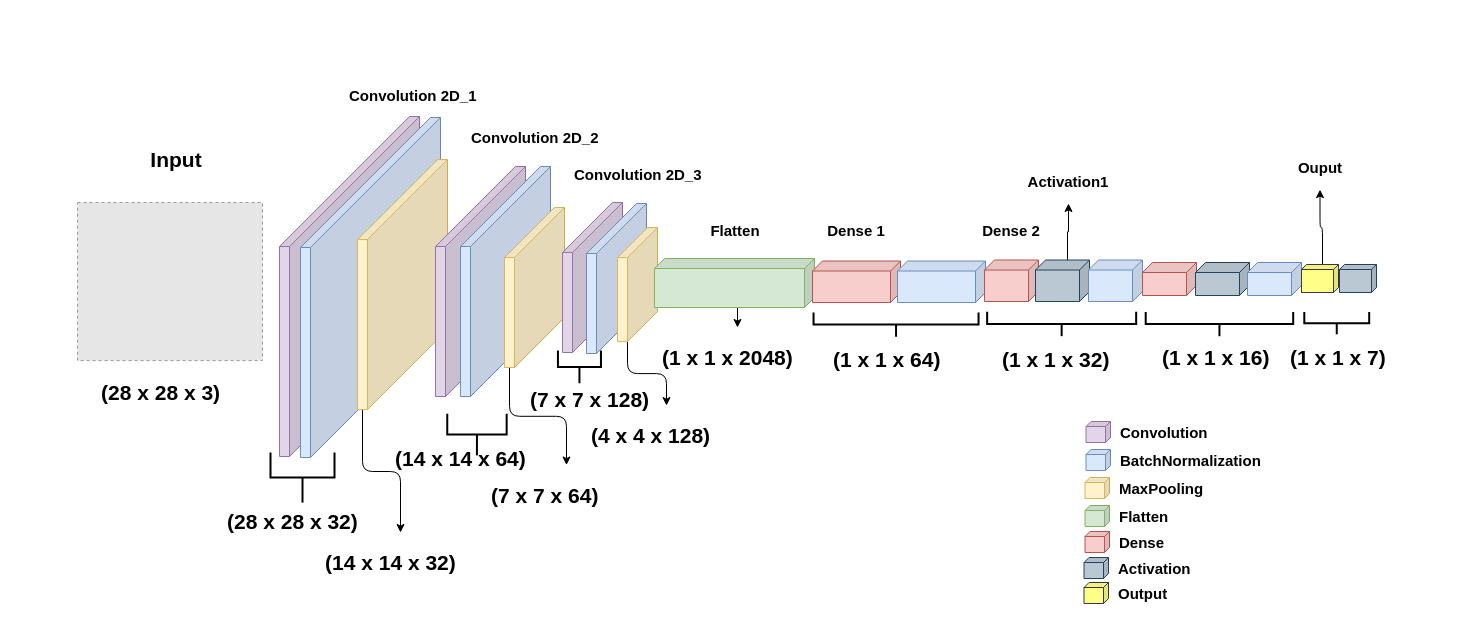
The draw.io diagram TRNet.drawio in ZiaUrRehman-bit/Implementation-of-Machine-Learning-Algorithm, before the edit. Source tidied: cells renumbered, new cells numbered last; positions are measured from the earlier drawing's top-left corner, leaving out a move shared by most shapes. Both pictures are drawn from the tidied source at 100%, with x=0, y=0 at pixel (77, 87). Pictures stored in the file or linked from it are replaced by grey dashed boxes.
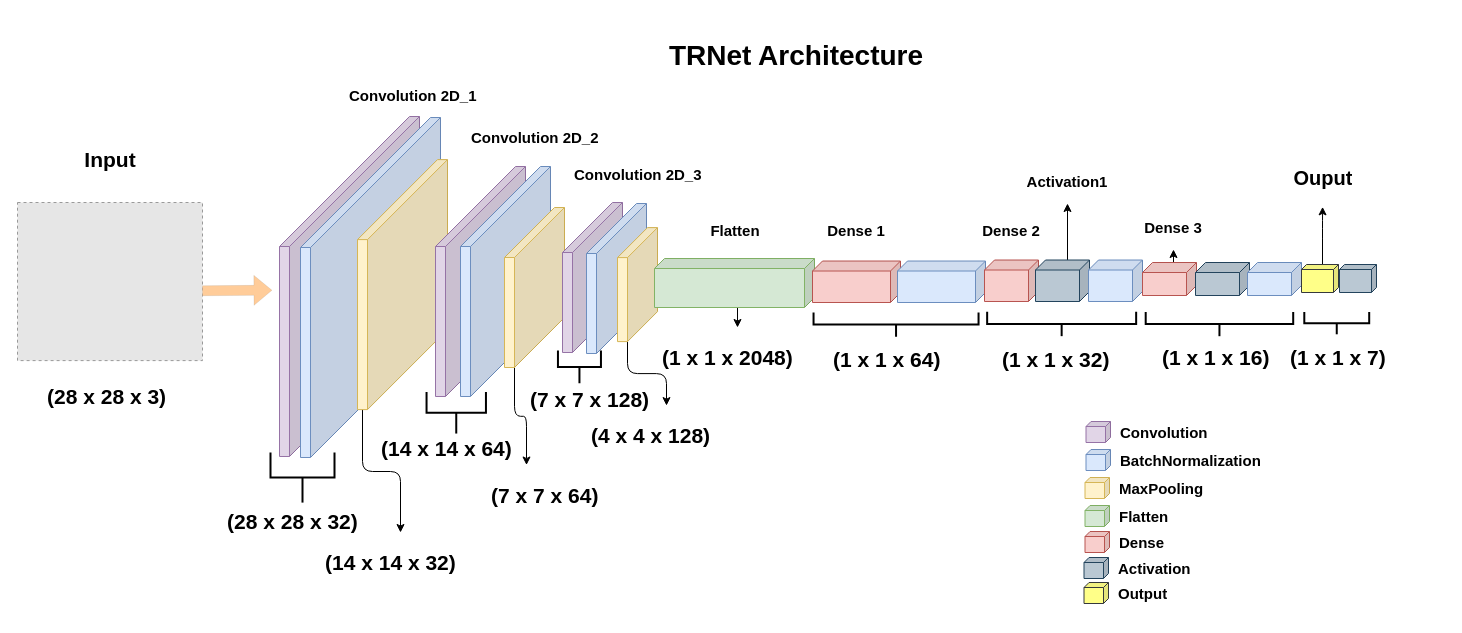
Above is the later version.

Unchanged cells that the change refers to:
```xml
<mxCell id="2" style="shape=cube;whiteSpace=wrap;html=1;boundedLbl=1;backgroundOutline=1;darkOpacity=0.05;darkOpacity2=0.1;flipH=1;size=130;fillColor=#e1d5e7;strokeColor=#9673a6;fontSize=13;" parent="1" vertex="1">
  <mxGeometry x="202" y="29" width="140" height="340" as="geometry" />
</mxCell>
<mxCell id="10" style="shape=cube;whiteSpace=wrap;html=1;boundedLbl=1;backgroundOutline=1;darkOpacity=0.05;darkOpacity2=0.1;flipH=1;size=50;fillColor=#fff2cc;strokeColor=#d6b656;fontSize=13;" parent="1" vertex="1">
  <mxGeometry x="427" y="120" width="60" height="160" as="geometry" />
</mxCell>
<mxCell id="23" style="shape=cube;whiteSpace=wrap;html=1;boundedLbl=1;backgroundOutline=1;darkOpacity=0.05;darkOpacity2=0.1;flipH=1;size=10;fillColor=#f8cecc;strokeColor=#b85450;fontSize=13;" parent="1" vertex="1">
  <mxGeometry x="1065" y="175" width="54" height="33" as="geometry" />
</mxCell>
<mxCell id="27" style="shape=cube;whiteSpace=wrap;html=1;boundedLbl=1;backgroundOutline=1;darkOpacity=0.05;darkOpacity2=0.1;flipH=1;size=5;fillColor=#ffff88;strokeColor=#36393d;fontSize=13;" parent="1" vertex="1">
  <mxGeometry x="1224" y="177" width="37" height="28" as="geometry" />
</mxCell>
<mxCell id="50" value="&lt;h1 style=&quot;&quot;&gt;&lt;font style=&quot;font-size: 21px;&quot;&gt;(7 x 7 x 64)&lt;/font&gt;&lt;/h1&gt;" style="text;html=1;strokeColor=none;fillColor=none;spacing=5;spacingTop=-20;whiteSpace=wrap;overflow=hidden;rounded=0;fontSize=15;fontStyle=1;" parent="1" vertex="1">
  <mxGeometry x="409" y="377.5" width="160" height="52" as="geometry" />
</mxCell>
```

What changed in the source:
```diff
@@
     <mxCell id="8" style="fillColor=#E6E6E6;strokeColor=#999999;dashed=1;verticalLabelPosition=bottom;verticalAlign=top;fontSize=13;" parent="1" vertex="1">
-      <mxGeometry y="115" width="185" height="158.1" as="geometry" />
+      <mxGeometry x="-60" y="115" width="185" height="158.1" as="geometry" />
     </mxCell>
-    <mxCell id="9" style="edgeStyle=orthogonalEdgeStyle;rounded=1;jettySize=auto;html=1;exitX=0;exitY=0;exitDx=55;exitDy=160;exitPerimeter=0;" parent="1" edge="1" source="10" target="50">
+    <mxCell id="9" style="edgeStyle=orthogonalEdgeStyle;rounded=1;jettySize=auto;html=1;exitX=0;exitY=0;exitDx=50;exitDy=160;exitPerimeter=0;entryX=0.25;entryY=0;entryDx=0;entryDy=0;" parent="1" edge="1" source="10" target="50">
       <mxGeometry relative="1" as="geometry" />
     </mxCell>
@@
+    <mxCell id="71" style="edgeStyle=orthogonalEdgeStyle;rounded=0;jettySize=auto;html=1;exitX=0;exitY=0;exitDx=22;exitDy=0;exitPerimeter=0;entryX=0.5;entryY=1;entryDx=0;entryDy=0;" parent="1" edge="1" source="23" target="73">
+      <mxGeometry relative="1" as="geometry" />
+    </mxCell>
@@
-    <mxCell id="26" style="edgeStyle=orthogonalEdgeStyle;rounded=1;jettySize=auto;html=1;exitX=0;exitY=0;exitDx=16;exitDy=0;exitPerimeter=0;entryX=0.5;entryY=1;entryDx=0;entryDy=0;" parent="1" edge="1" source="27" target="70">
+    <mxCell id="26" style="edgeStyle=orthogonalEdgeStyle;rounded=1;jettySize=auto;html=1;exitX=0;exitY=0;exitDx=16;exitDy=0;exitPerimeter=0;entryX=0.497;entryY=1.346;entryDx=0;entryDy=0;entryPerimeter=0;" parent="1" edge="1" source="27" target="70">
       <mxGeometry relative="1" as="geometry" />
     </mxCell>
@@
     <mxCell id="51" value="&lt;h1 style=&quot;&quot;&gt;&lt;font style=&quot;font-size: 21px;&quot;&gt;(14 x 14 x 64)&lt;/font&gt;&lt;/h1&gt;" style="text;html=1;strokeColor=none;fillColor=none;spacing=5;spacingTop=-20;whiteSpace=wrap;overflow=hidden;rounded=0;fontSize=15;fontStyle=1;" parent="1" vertex="1">
-      <mxGeometry x="313" y="341" width="160" height="52" as="geometry" />
+      <mxGeometry x="298.8" y="331" width="160" height="52" as="geometry" />
     </mxCell>
@@
     <mxCell id="56" style="strokeWidth=2;html=1;shape=mxgraph.flowchart.annotation_2;align=left;labelPosition=right;rotation=-90;" parent="1" vertex="1">
-      <mxGeometry x="378.7" y="317.4" width="41.5" height="59.4" as="geometry" />
+      <mxGeometry x="358" y="295.6" width="41.5" height="59.4" as="geometry" />
     </mxCell>
@@
     <mxCell id="64" value="&lt;h1 style=&quot;&quot;&gt;&lt;font style=&quot;font-size: 21px;&quot;&gt;(28 x 28 x 3)&lt;/font&gt;&lt;/h1&gt;" style="text;html=1;strokeColor=none;fillColor=none;spacing=5;spacingTop=-20;whiteSpace=wrap;overflow=hidden;rounded=0;fontSize=15;fontStyle=1;" parent="1" vertex="1">
-      <mxGeometry x="18.5" y="275.1" width="160" height="52" as="geometry" />
+      <mxGeometry x="-35" y="279" width="160" height="52" as="geometry" />
     </mxCell>
     <mxCell id="65" value="&lt;h1 style=&quot;&quot;&gt;&lt;font style=&quot;font-size: 21px;&quot;&gt;Input&lt;/font&gt;&lt;/h1&gt;" style="text;html=1;strokeColor=none;fillColor=none;spacing=5;spacingTop=-20;whiteSpace=wrap;overflow=hidden;rounded=0;fontSize=15;fontStyle=1;align=center;" parent="1" vertex="1">
-      <mxGeometry x="18.5" y="42.1" width="160" height="52" as="geometry" />
+      <mxGeometry x="-47.5" y="42.1" width="160" height="52" as="geometry" />
     </mxCell>
@@
     <mxCell id="69" value="&lt;h1 style=&quot;font-size: 15px;&quot;&gt;&lt;span style=&quot;font-size: 15px;&quot;&gt;Activation1&lt;/span&gt;&lt;/h1&gt;" style="text;html=1;strokeColor=none;fillColor=none;spacing=5;spacingTop=-20;whiteSpace=wrap;overflow=hidden;rounded=0;fontSize=15;align=center;" parent="1" vertex="1">
-      <mxGeometry x="923" y="86" width="136" height="30" as="geometry" />
+      <mxGeometry x="922" y="86" width="136" height="30" as="geometry" />
     </mxCell>
-    <mxCell id="70" value="&lt;h1 style=&quot;font-size: 15px;&quot;&gt;&lt;span style=&quot;font-size: 15px;&quot;&gt;Ouput&lt;/span&gt;&lt;/h1&gt;" style="text;html=1;strokeColor=none;fillColor=none;spacing=5;spacingTop=-20;whiteSpace=wrap;overflow=hidden;rounded=0;fontSize=15;align=center;" parent="1" vertex="1">
-      <mxGeometry x="1174.5" y="72.1" width="136" height="30" as="geometry" />
+    <mxCell id="70" value="&lt;h1 style=&quot;&quot;&gt;&lt;font style=&quot;font-size: 20px;&quot;&gt;Ouput&lt;/font&gt;&lt;/h1&gt;" style="text;html=1;strokeColor=none;fillColor=none;spacing=5;spacingTop=-20;whiteSpace=wrap;overflow=hidden;rounded=0;fontSize=15;align=center;" parent="1" vertex="1">
+      <mxGeometry x="1177.5" y="60" width="136" height="44.1" as="geometry" />
     </mxCell>
+    <mxCell id="72" value="&lt;h1 style=&quot;&quot;&gt;&lt;font style=&quot;font-size: 28px;&quot;&gt;TRNet Architecture&lt;/font&gt;&lt;/h1&gt;" style="text;html=1;strokeColor=none;fillColor=none;spacing=5;spacingTop=-20;whiteSpace=wrap;overflow=hidden;rounded=0;fontSize=15;fontStyle=1;align=center;" parent="1" vertex="1">
+      <mxGeometry x="569" y="-60" width="300" height="52" as="geometry" />
+    </mxCell>
+    <mxCell id="73" value="&lt;h1 style=&quot;font-size: 15px;&quot;&gt;&lt;span style=&quot;font-size: 15px;&quot;&gt;Dense 3&lt;/span&gt;&lt;/h1&gt;" style="text;html=1;strokeColor=none;fillColor=none;spacing=5;spacingTop=-20;whiteSpace=wrap;overflow=hidden;rounded=0;fontSize=15;align=center;" parent="1" vertex="1">
+      <mxGeometry x="1028" y="132" width="136" height="30" as="geometry" />
+    </mxCell>
+    <mxCell id="74" style="shape=flexArrow;endArrow=classic;html=1;rounded=0;entryX=1.054;entryY=0.511;entryDx=0;entryDy=0;entryPerimeter=0;fillColor=#ffcc99;strokeColor=#36393d;strokeWidth=0;" parent="1" edge="1" target="2">
+      <mxGeometry relative="1" as="geometry">
+        <mxPoint x="125" y="203.2" as="sourcePoint" />
+      </mxGeometry>
+    </mxCell>
```
